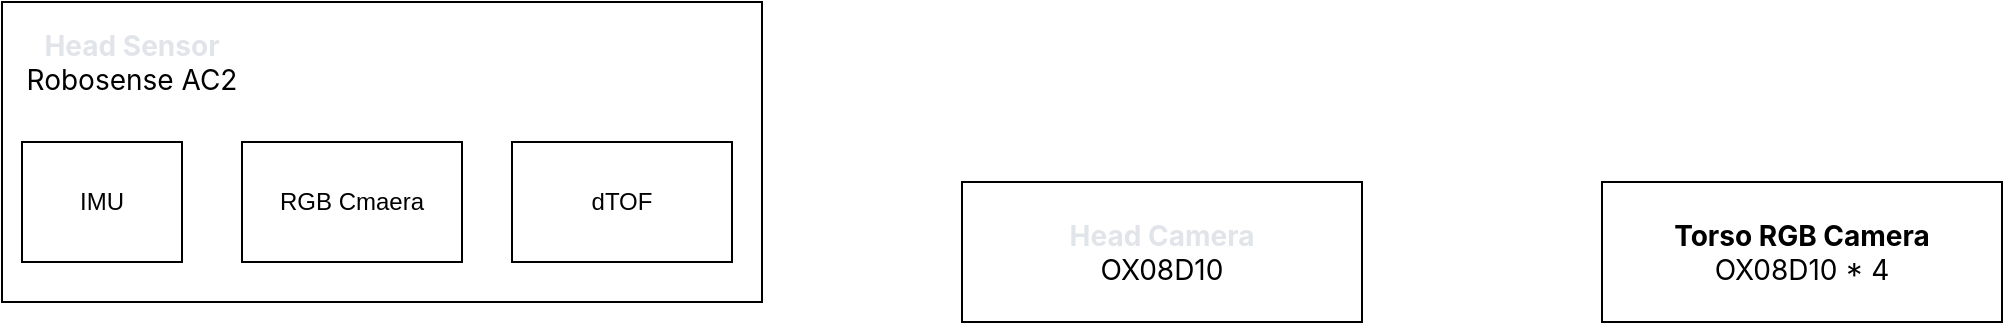
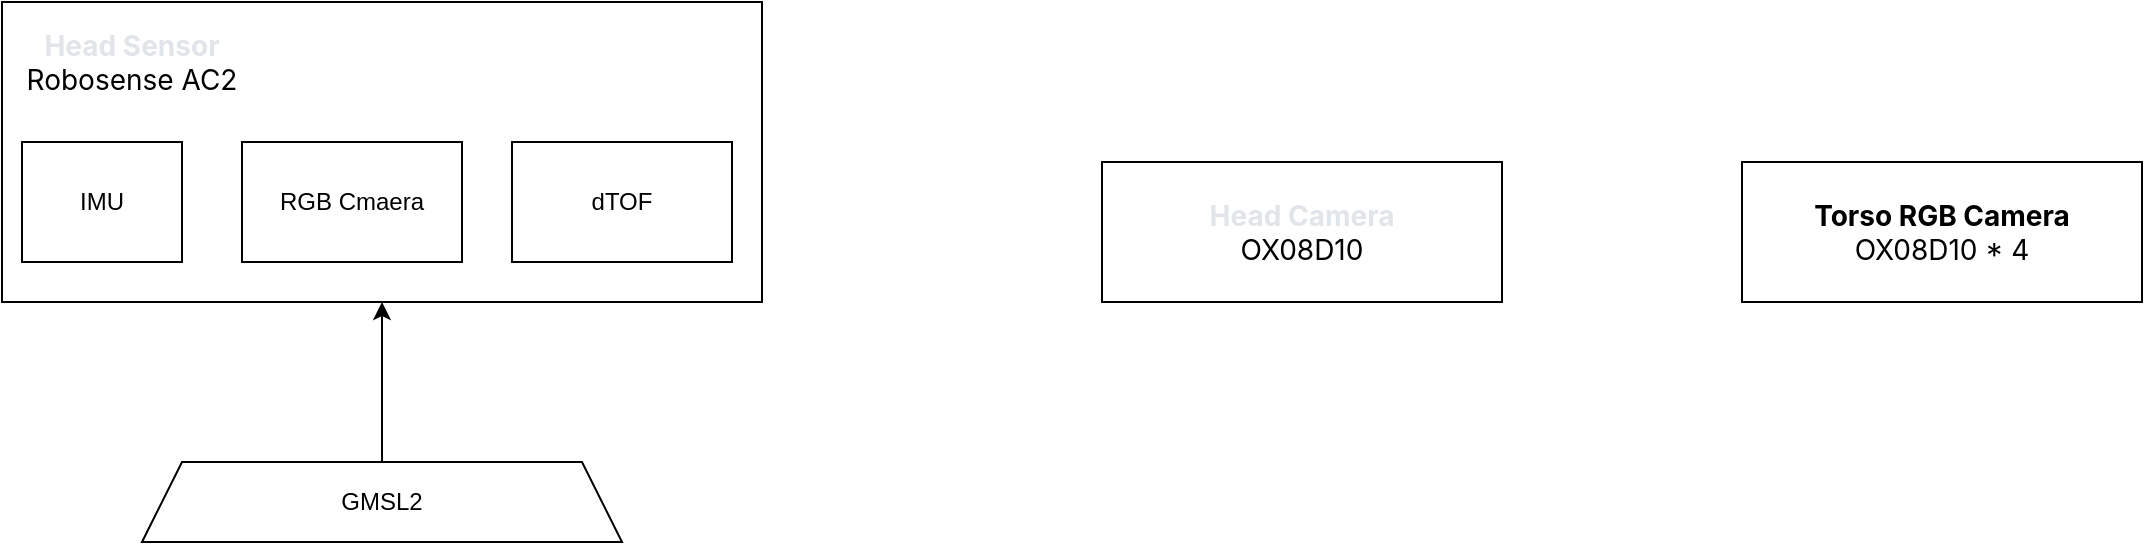
<mxfile host="app.diagrams.net">
  <diagram name="第 1 页" id="LXRXHt9DRMbfsnbOX2XS">
    <mxGraphModel dx="1947" dy="734" grid="1" gridSize="10" guides="1" tooltips="1" connect="1" arrows="1" fold="1" page="1" pageScale="1" pageWidth="827" pageHeight="1169" math="0" shadow="0">
      <root>
        <mxCell id="0" />
        <mxCell id="1" parent="0" />
        <mxCell id="if_Ictj8y_H9tt94Ulmm-2" parent="1" style="rounded=0;whiteSpace=wrap;html=1;" value="" vertex="1">
-           <mxGeometry height="150" width="380" x="-310" y="120" as="geometry" />
+           <mxGeometry height="150" width="380" x="-380" y="130" as="geometry" />
        </mxCell>
        <mxCell id="if_Ictj8y_H9tt94Ulmm-3" parent="1" style="rounded=0;whiteSpace=wrap;html=1;align=center;" value="&lt;div style=&quot;&quot;&gt;&lt;span style=&quot;font-family: -apple-system, BlinkMacSystemFont, &amp;quot;Segoe WPC&amp;quot;, &amp;quot;Segoe UI&amp;quot;, system-ui, Ubuntu, &amp;quot;Droid Sans&amp;quot;, sans-serif; font-size: 14px;&quot;&gt;&lt;b&gt;Torso RGB Camera&lt;/b&gt;&lt;/span&gt;&lt;span style=&quot;background-color: transparent; color: light-dark(rgb(0, 0, 0), rgb(255, 255, 255)); font-size: 14px;&quot;&gt;&lt;font face=&quot;-apple-system, BlinkMacSystemFont, Segoe WPC, Segoe UI, system-ui, Ubuntu, Droid Sans, sans-serif&quot;&gt;&lt;/font&gt;&lt;/span&gt;&lt;/div&gt;&lt;div style=&quot;&quot;&gt;&lt;span style=&quot;background-color: transparent; color: light-dark(rgb(0, 0, 0), rgb(255, 255, 255)); font-size: 14px;&quot;&gt;&lt;font face=&quot;-apple-system, BlinkMacSystemFont, Segoe WPC, Segoe UI, system-ui, Ubuntu, Droid Sans, sans-serif&quot;&gt;OX08D10 * 4&lt;/font&gt;&lt;/span&gt;&lt;/div&gt;" vertex="1">
          <mxGeometry height="70" width="200" x="490" y="210" as="geometry" />
        </mxCell>
        <mxCell id="0J0jtPP8bCpQZUBdG7A1-1" parent="1" style="rounded=0;whiteSpace=wrap;html=1;" value="&lt;div&gt;&lt;span style=&quot;font-family: -apple-system, BlinkMacSystemFont, &amp;quot;Segoe WPC&amp;quot;, &amp;quot;Segoe UI&amp;quot;, system-ui, Ubuntu, &amp;quot;Droid Sans&amp;quot;, sans-serif; font-size: 14px; text-align: start;&quot;&gt;&lt;font style=&quot;color: light-dark(rgb(225, 228, 232), rgb(255, 255, 255));&quot;&gt;&lt;b&gt;Head Camera&lt;/b&gt;&lt;/font&gt;&lt;/span&gt;&lt;/div&gt;&lt;div&gt;&lt;span style=&quot;font-family: -apple-system, BlinkMacSystemFont, &amp;quot;Segoe WPC&amp;quot;, &amp;quot;Segoe UI&amp;quot;, system-ui, Ubuntu, &amp;quot;Droid Sans&amp;quot;, sans-serif; font-size: 14px; text-align: start;&quot;&gt;OX08D10&lt;/span&gt;&lt;/div&gt;" vertex="1">
          <mxGeometry height="70" width="200" x="170" y="210" as="geometry" />
        </mxCell>
        <mxCell id="0J0jtPP8bCpQZUBdG7A1-2" parent="1" style="rounded=0;whiteSpace=wrap;html=1;" value="IMU" vertex="1">
-           <mxGeometry height="60" width="80" x="-300" y="190" as="geometry" />
+           <mxGeometry height="60" width="80" x="-370" y="200" as="geometry" />
        </mxCell>
        <mxCell id="0J0jtPP8bCpQZUBdG7A1-6" parent="1" style="rounded=0;whiteSpace=wrap;html=1;" value="RGB Cmaera" vertex="1">
-           <mxGeometry height="60" width="110" x="-190" y="190" as="geometry" />
+           <mxGeometry height="60" width="110" x="-260" y="200" as="geometry" />
        </mxCell>
        <mxCell id="0J0jtPP8bCpQZUBdG7A1-8" parent="1" style="rounded=0;whiteSpace=wrap;html=1;" value="dTOF" vertex="1">
-           <mxGeometry height="60" width="110" x="-55" y="190" as="geometry" />
+           <mxGeometry height="60" width="110" x="-125" y="200" as="geometry" />
        </mxCell>
        <mxCell id="0J0jtPP8bCpQZUBdG7A1-10" parent="1" style="text;html=1;whiteSpace=wrap;strokeColor=none;fillColor=none;align=center;verticalAlign=middle;rounded=0;" value="&lt;div&gt;&lt;span style=&quot;font-family: -apple-system, BlinkMacSystemFont, &amp;quot;Segoe WPC&amp;quot;, &amp;quot;Segoe UI&amp;quot;, system-ui, Ubuntu, &amp;quot;Droid Sans&amp;quot;, sans-serif; font-size: 14px; text-align: start;&quot;&gt;&lt;font style=&quot;color: light-dark(rgb(225, 228, 232), rgb(255, 255, 255));&quot;&gt;&lt;b&gt;Head Sensor&lt;/b&gt;&lt;/font&gt;&lt;/span&gt;&lt;/div&gt;&lt;div&gt;&lt;span style=&quot;font-family: -apple-system, BlinkMacSystemFont, &amp;quot;Segoe WPC&amp;quot;, &amp;quot;Segoe UI&amp;quot;, system-ui, Ubuntu, &amp;quot;Droid Sans&amp;quot;, sans-serif; font-size: 14px; text-align: start;&quot;&gt;Robosense AC2&lt;/span&gt;&lt;/div&gt;" vertex="1">
-           <mxGeometry height="60" width="130" x="-310" y="120" as="geometry" />
+           <mxGeometry height="60" width="130" x="-380" y="130" as="geometry" />
+         </mxCell>
+         <mxCell id="0J0jtPP8bCpQZUBdG7A1-12" edge="1" parent="1" source="0J0jtPP8bCpQZUBdG7A1-11" style="edgeStyle=orthogonalEdgeStyle;rounded=0;orthogonalLoop=1;jettySize=auto;html=1;exitX=0.5;exitY=0;exitDx=0;exitDy=0;entryX=0.5;entryY=1;entryDx=0;entryDy=0;" target="if_Ictj8y_H9tt94Ulmm-2">
+           <mxGeometry relative="1" as="geometry" />
+         </mxCell>
+         <mxCell id="0J0jtPP8bCpQZUBdG7A1-11" parent="1" style="shape=trapezoid;perimeter=trapezoidPerimeter;whiteSpace=wrap;html=1;fixedSize=1;" value="GMSL2" vertex="1">
+           <mxGeometry height="40" width="240" x="-310" y="360" as="geometry" />
        </mxCell>
      </root>
    </mxGraphModel>
  </diagram>
</mxfile>
